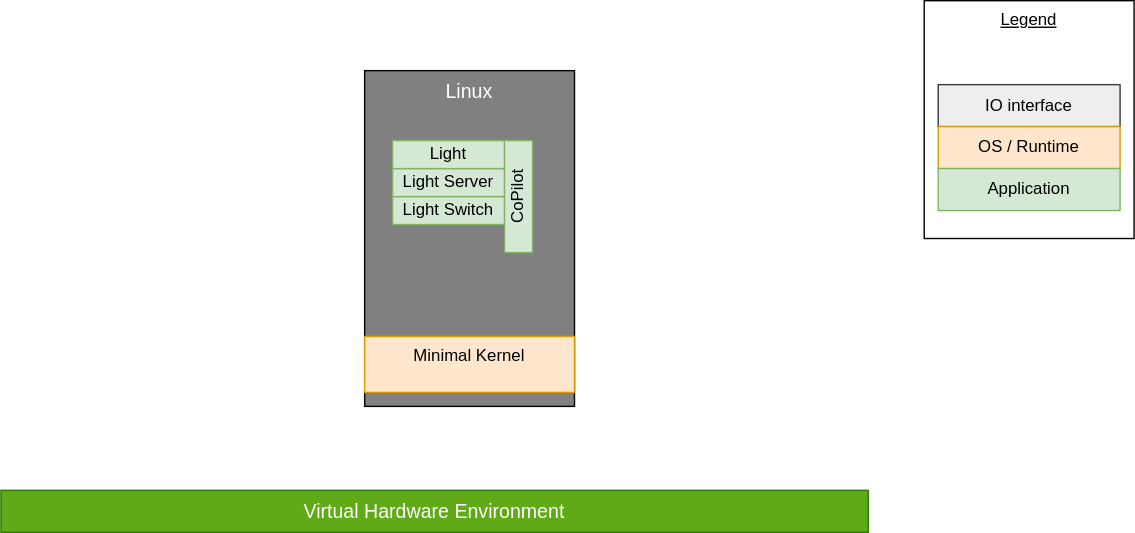
Earlier version of the draw.io export demos/docs/embedded-environments/cabin-lights-basic.drawio.svg (elisa-tech/wg-aerospace). Source tidied: cells renumbered, new cells last; positions are measured from the earlier drawing's top-left corner, leaving out a move shared by most shapes.
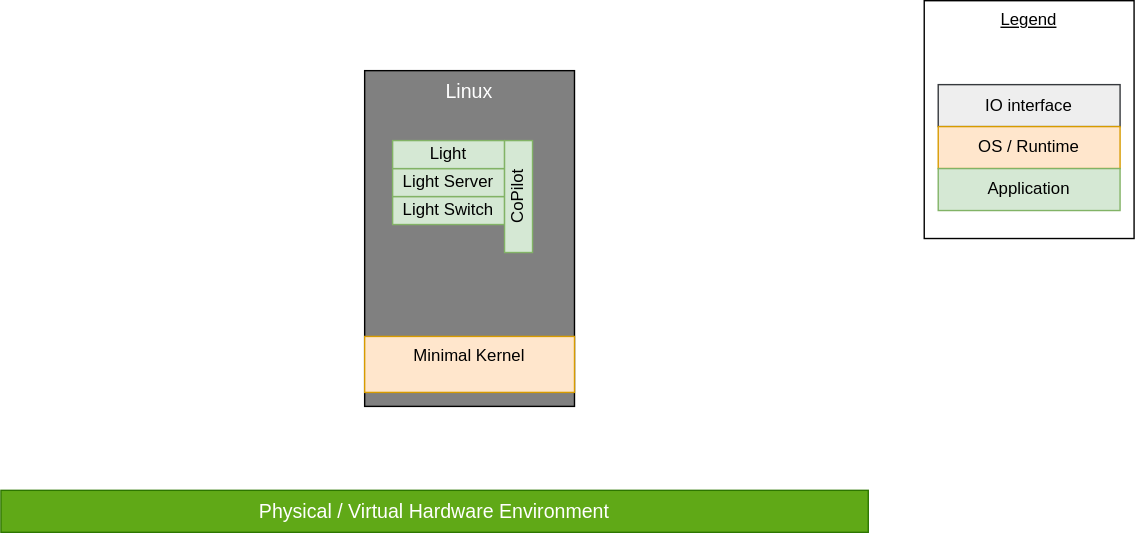
After the change.

Commit message:
Shifted copilot location

Change to the diagram source:
```diff
@@ -5,7 +5,7 @@
     <mxCell id="2" value="Legend" style="rounded=0;whiteSpace=wrap;html=1;fontStyle=4;fontSize=12;verticalAlign=top;" parent="1" vertex="1">
       <mxGeometry x="660" width="150" height="170" as="geometry" />
     </mxCell>
-    <mxCell id="3" value="Virtual Hardware Environment" style="rounded=0;whiteSpace=wrap;html=1;fillColor=#60a917;fontColor=#ffffff;fontStyle=0;fontSize=14;strokeColor=#2D7600;" parent="1" vertex="1">
+    <mxCell id="3" value="Physical / Virtual Hardware Environment" style="rounded=0;whiteSpace=wrap;html=1;fillColor=#60a917;fontColor=#ffffff;fontStyle=0;fontSize=14;strokeColor=#2D7600;" parent="1" vertex="1">
       <mxGeometry y="350" width="620" height="30" as="geometry" />
     </mxCell>
     <mxCell id="4" value="&lt;div&gt;&lt;font style=&quot;color: rgb(255, 255, 255);&quot;&gt;Linux&lt;/font&gt;&lt;/div&gt;" style="rounded=0;whiteSpace=wrap;html=1;fillColor=#808080;fontColor=#FFFFFF;fontStyle=0;fontSize=14;align=center;verticalAlign=top;" parent="1" vertex="1">
```
